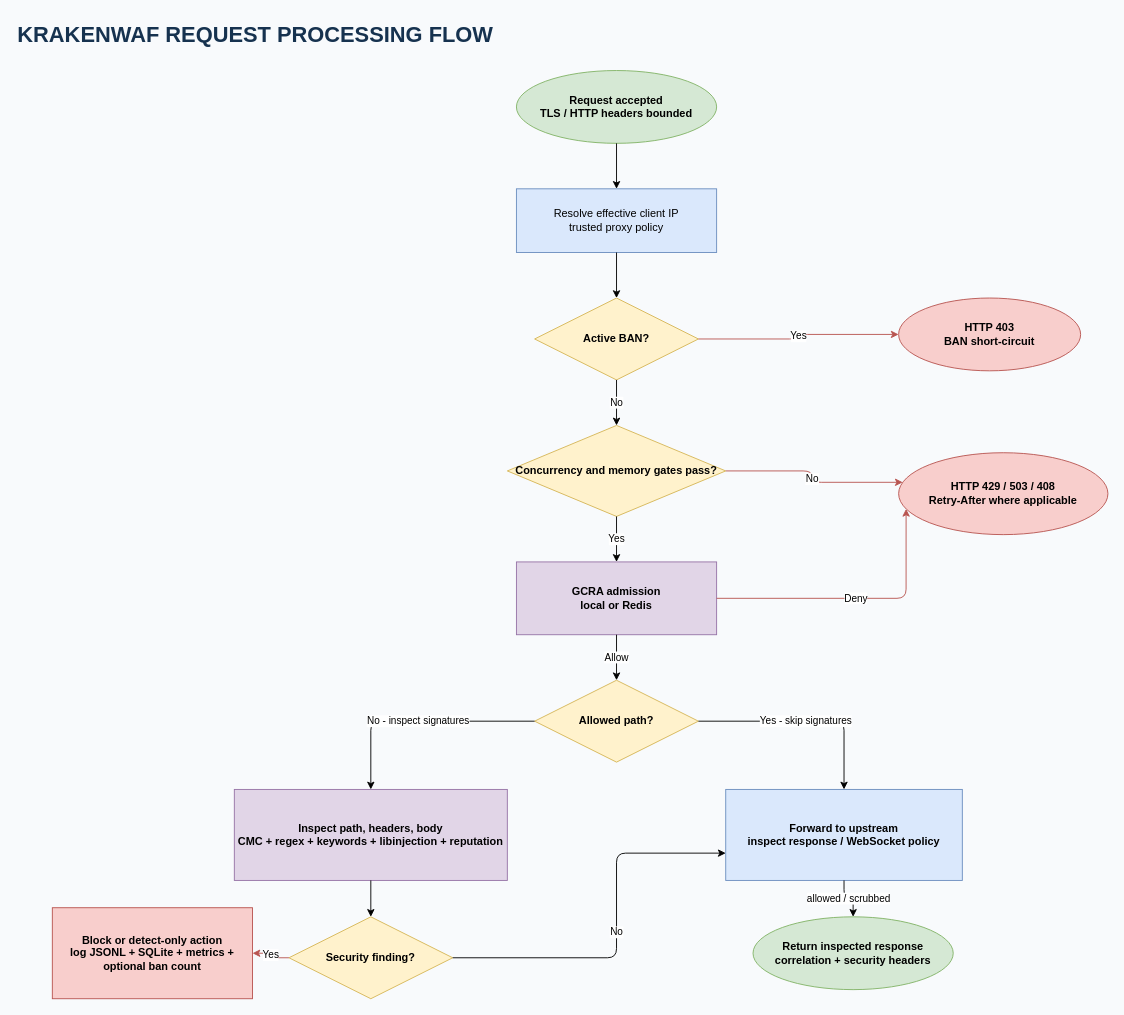
This is docs/diagrams/krakenwaf-request-flow.drawio from Orangewarrior/KrakenWaf, a draw.io file, before an edit. Source tidied: cells renumbered, new cells numbered last; positions are measured from the earlier drawing's top-left corner, leaving out a move shared by most shapes. Both pictures are drawn from the tidied source at 91%, with x=0, y=0 at pixel (15, 15).
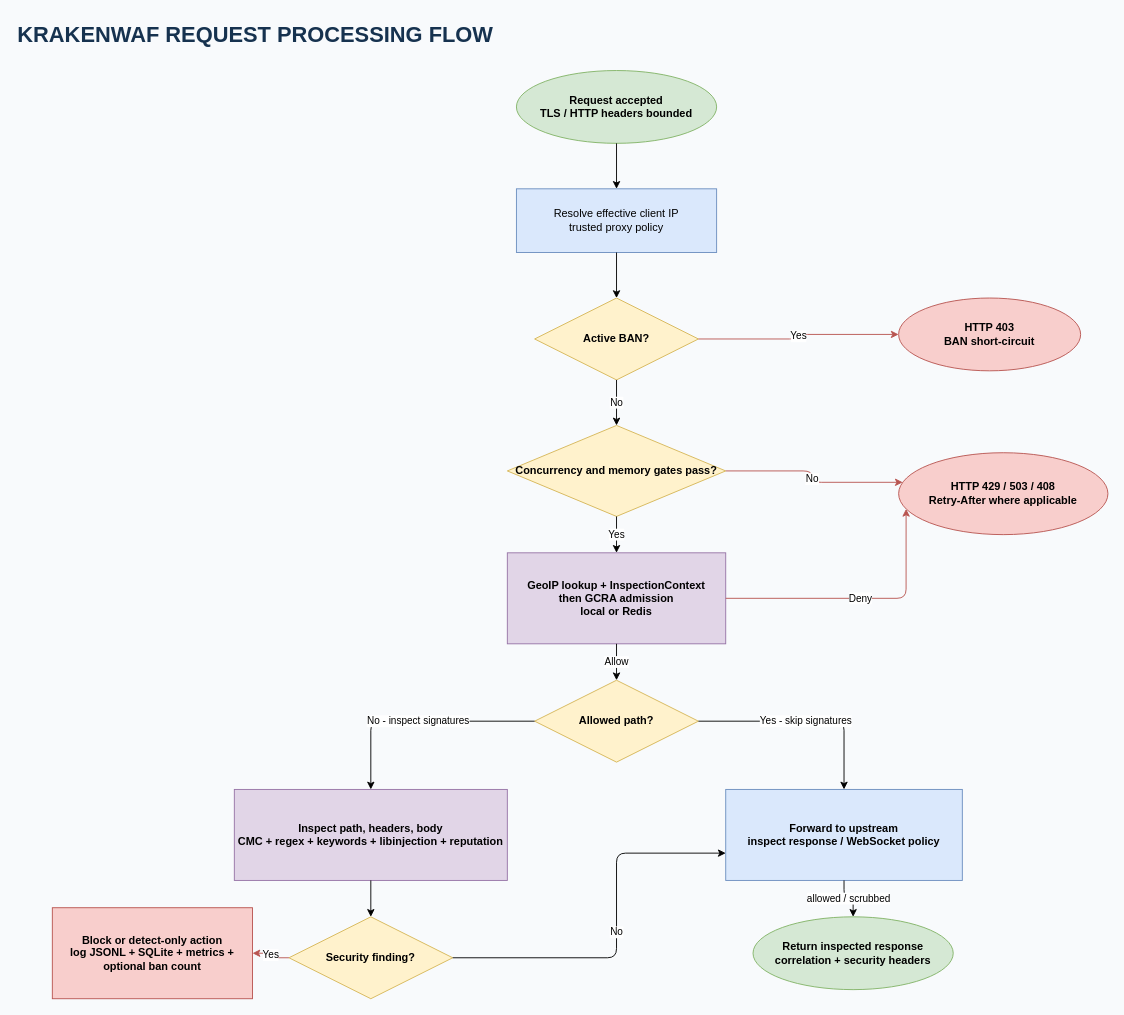
The same diagram, later.

What changed in the source:
```diff
@@
-    <mxCell id="7" value="GCRA admission&#10;local or Redis" style="rounded=0;whiteSpace=wrap;html=1;fillColor=#e1d5e7;strokeColor=#9673a6;fontStyle=1;" parent="1" vertex="1">
-      <mxGeometry x="550" y="600" width="220" height="80" as="geometry" />
+    <mxCell id="7" value="GeoIP lookup + InspectionContext&#10;then GCRA admission&#10;local or Redis" style="rounded=0;whiteSpace=wrap;html=1;fillColor=#e1d5e7;strokeColor=#9673a6;fontStyle=1;" parent="1" vertex="1">
+      <mxGeometry x="540" y="590" width="240" height="100" as="geometry" />
     </mxCell>
```
